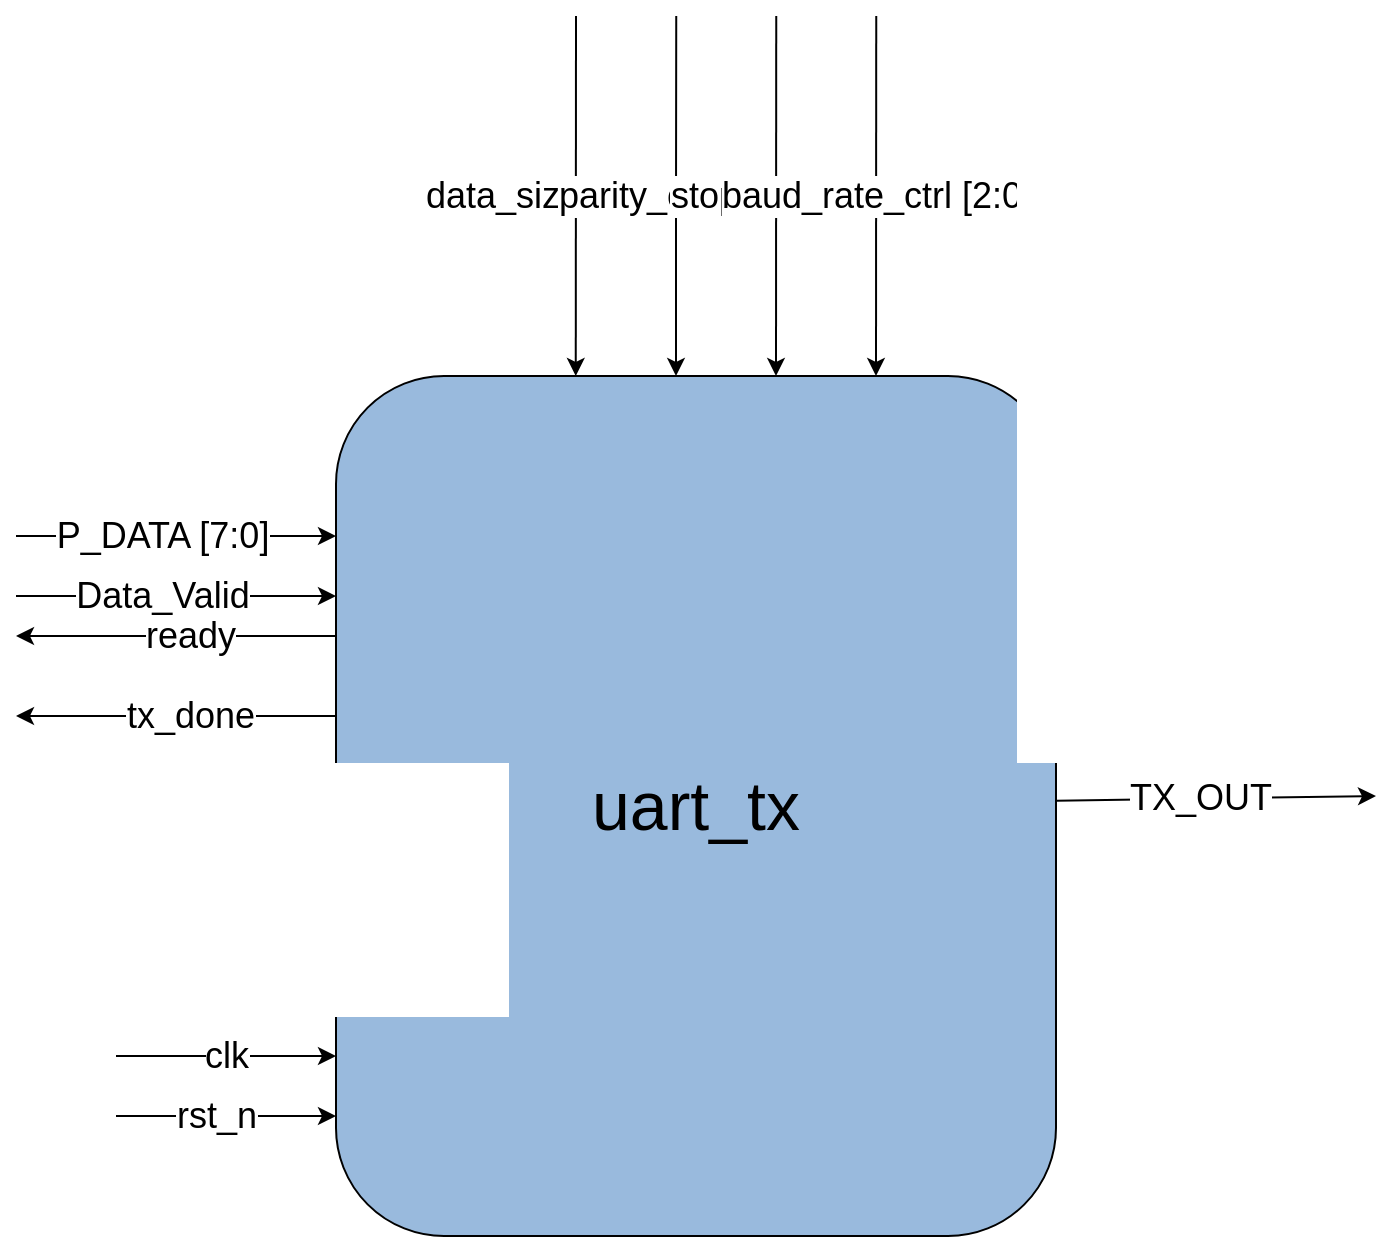
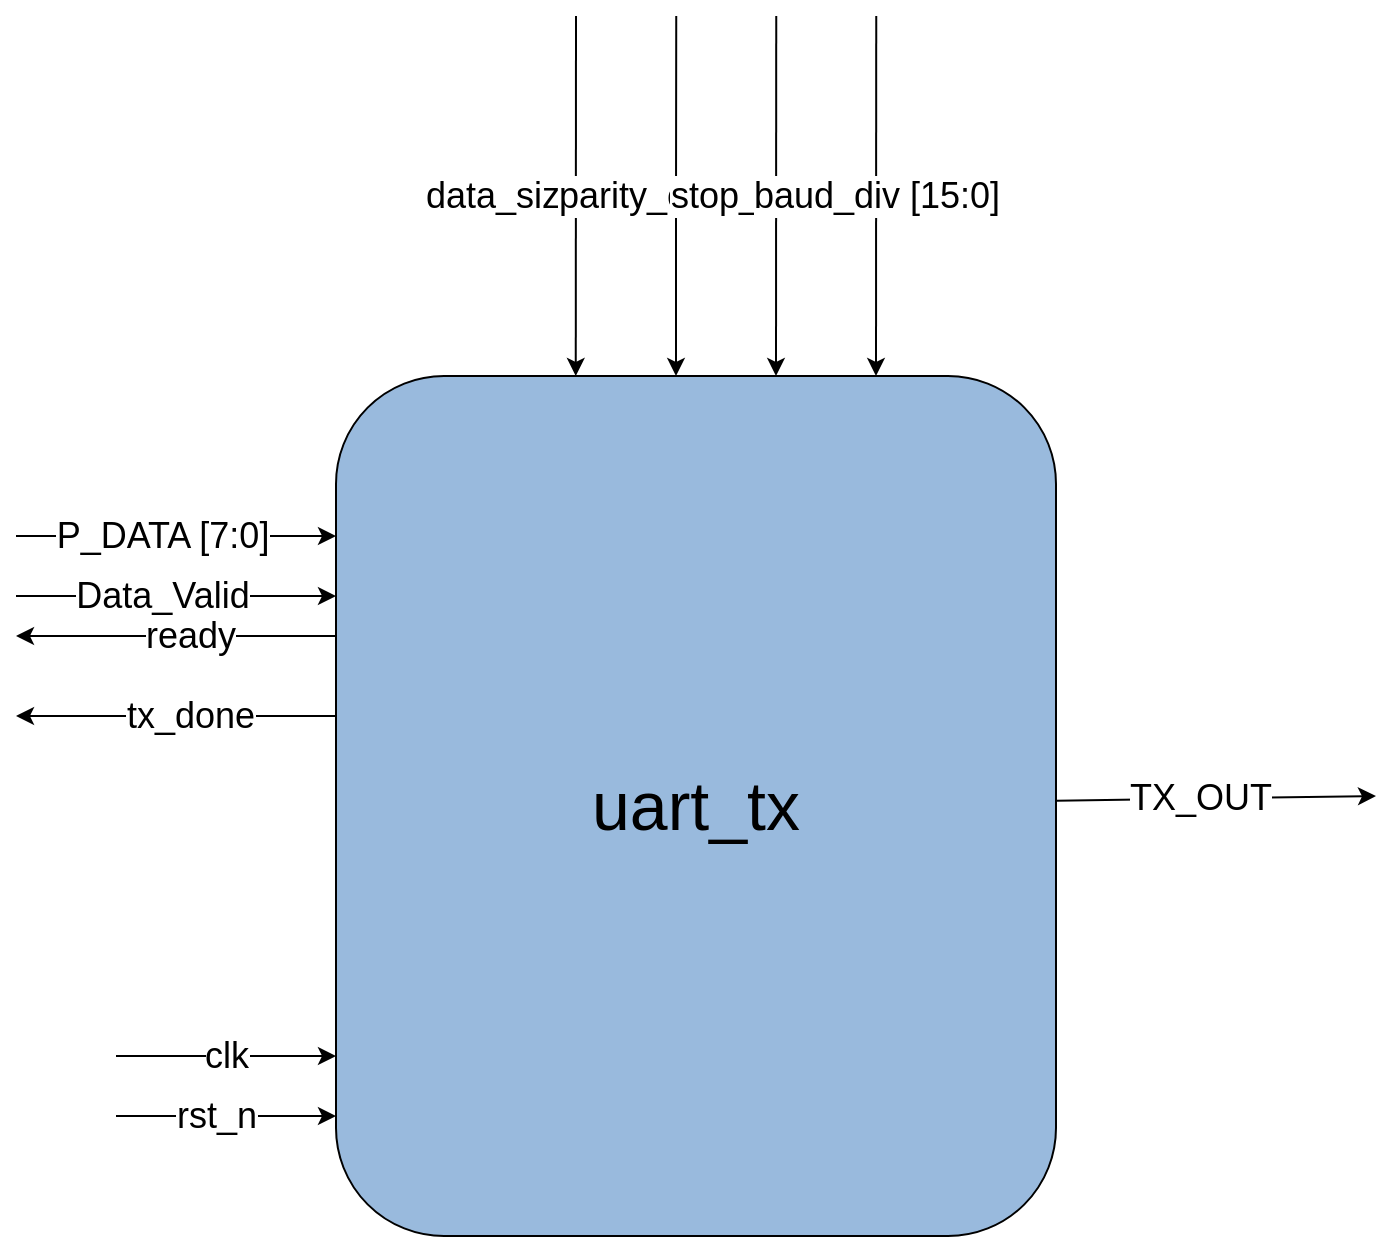
- <mxfile host="app.diagrams.net" pages="4">
+ <mxfile host="Electron" pages="4">
  <diagram id="t6aso9HCMV02g9S5t7b8" name="uart_tx">
-     <mxGraphModel grid="1" page="1" gridSize="10" guides="1" tooltips="1" connect="1" arrows="1" fold="1" pageScale="1" pageWidth="850" pageHeight="1100" math="0" shadow="0">
+     <mxGraphModel dx="1414" dy="876" grid="1" gridSize="10" guides="1" tooltips="1" connect="1" arrows="1" fold="1" page="1" pageScale="1" pageWidth="850" pageHeight="1100" math="0" shadow="0">
      <root>
        <mxCell id="0" />
        <mxCell id="1" parent="0" />
        <mxCell id="CGbQcsnSKYgZH4fWPsb1-1" connectable="0" parent="1" style="group" value="" vertex="1">
          <mxGeometry height="430" width="360" x="350" y="400" as="geometry" />
        </mxCell>
        <mxCell id="zsaOR-hlMIuG_GmJo6xY-1" parent="CGbQcsnSKYgZH4fWPsb1-1" style="rounded=1;whiteSpace=wrap;html=1;fillColor=#99BADD;align=center;verticalAlign=middle;fontSize=34;container=0;" value="uart_tx" vertex="1">
          <mxGeometry height="430" width="360" as="geometry" />
        </mxCell>
        <mxCell id="zsaOR-hlMIuG_GmJo6xY-2" edge="1" parent="CGbQcsnSKYgZH4fWPsb1-1" style="endArrow=classic;html=1;rounded=0;entryX=0.01;entryY=0.608;entryDx=0;entryDy=0;entryPerimeter=0;" value="&lt;font style=&quot;font-size: 18px;&quot;&gt;clk&lt;/font&gt;">
          <mxGeometry height="50" relative="1" width="50" as="geometry">
            <Array as="points" />
            <mxPoint x="-110" y="340" as="sourcePoint" />
            <mxPoint x="-1.1368683772161603e-13" y="340" as="targetPoint" />
          </mxGeometry>
        </mxCell>
        <mxCell id="zsaOR-hlMIuG_GmJo6xY-3" edge="1" parent="CGbQcsnSKYgZH4fWPsb1-1" style="endArrow=classic;html=1;rounded=0;entryX=0.01;entryY=0.608;entryDx=0;entryDy=0;entryPerimeter=0;" value="&lt;font style=&quot;font-size: 18px;&quot;&gt;rst_n&lt;/font&gt;">
          <mxGeometry height="50" relative="1" width="50" x="-0.0909" as="geometry">
            <mxPoint as="offset" />
            <Array as="points" />
            <mxPoint x="-110" y="370" as="sourcePoint" />
            <mxPoint x="-1.1368683772161603e-13" y="370" as="targetPoint" />
          </mxGeometry>
        </mxCell>
        <mxCell id="zsaOR-hlMIuG_GmJo6xY-6" edge="1" parent="CGbQcsnSKYgZH4fWPsb1-1" style="endArrow=classic;html=1;rounded=0;entryX=0.01;entryY=0.608;entryDx=0;entryDy=0;entryPerimeter=0;" value="&lt;font style=&quot;font-size: 18px;&quot;&gt;P_DATA [7:0]&lt;/font&gt;">
          <mxGeometry height="50" relative="1" width="50" x="-0.0909" as="geometry">
            <mxPoint as="offset" />
            <Array as="points">
              <mxPoint x="-60" y="80" />
            </Array>
            <mxPoint x="-160" y="80" as="sourcePoint" />
            <mxPoint x="-1.1368683772161603e-13" y="80" as="targetPoint" />
          </mxGeometry>
        </mxCell>
        <mxCell id="zsaOR-hlMIuG_GmJo6xY-7" edge="1" parent="CGbQcsnSKYgZH4fWPsb1-1" style="endArrow=classic;html=1;rounded=0;entryX=0.01;entryY=0.608;entryDx=0;entryDy=0;entryPerimeter=0;" value="&lt;font style=&quot;font-size: 18px;&quot;&gt;Data_Valid&lt;/font&gt;">
          <mxGeometry height="50" relative="1" width="50" x="-0.0909" as="geometry">
            <mxPoint as="offset" />
            <Array as="points" />
            <mxPoint x="-160" y="110" as="sourcePoint" />
            <mxPoint x="-1.1368683772161603e-13" y="110" as="targetPoint" />
          </mxGeometry>
        </mxCell>
        <mxCell id="zsaOR-hlMIuG_GmJo6xY-8" edge="1" parent="CGbQcsnSKYgZH4fWPsb1-1" style="endArrow=classic;html=1;rounded=0;" value="&lt;font style=&quot;font-size: 18px;&quot;&gt;ready&lt;/font&gt;">
          <mxGeometry height="50" relative="1" width="50" x="-0.0909" as="geometry">
            <mxPoint as="offset" />
            <Array as="points" />
            <mxPoint x="-1.1368683772161603e-13" y="130" as="sourcePoint" />
            <mxPoint x="-160" y="130" as="targetPoint" />
          </mxGeometry>
        </mxCell>
        <mxCell id="zsaOR-hlMIuG_GmJo6xY-9" edge="1" parent="CGbQcsnSKYgZH4fWPsb1-1" style="endArrow=classic;html=1;rounded=0;" value="&lt;font style=&quot;font-size: 18px;&quot;&gt;tx_done&lt;/font&gt;">
          <mxGeometry height="50" relative="1" width="50" x="-0.0909" as="geometry">
            <mxPoint as="offset" />
            <Array as="points" />
            <mxPoint x="-1.1368683772161603e-13" y="170" as="sourcePoint" />
            <mxPoint x="-160" y="170" as="targetPoint" />
          </mxGeometry>
        </mxCell>
        <mxCell id="zsaOR-hlMIuG_GmJo6xY-10" edge="1" parent="CGbQcsnSKYgZH4fWPsb1-1" source="zsaOR-hlMIuG_GmJo6xY-1" style="endArrow=classic;html=1;rounded=0;" value="&lt;font style=&quot;font-size: 18px;&quot;&gt;TX_OUT&lt;/font&gt;">
          <mxGeometry height="50" relative="1" width="50" x="-0.0909" as="geometry">
            <mxPoint as="offset" />
            <Array as="points" />
            <mxPoint x="410" y="170" as="sourcePoint" />
            <mxPoint x="520" y="210" as="targetPoint" />
          </mxGeometry>
        </mxCell>
        <mxCell id="zsaOR-hlMIuG_GmJo6xY-11" edge="1" parent="CGbQcsnSKYgZH4fWPsb1-1" style="endArrow=classic;html=1;rounded=0;entryX=0.333;entryY=0.023;entryDx=0;entryDy=0;entryPerimeter=0;labelAutoRotate=1;" value="&lt;font style=&quot;font-size: 18px;&quot;&gt;data_size_ctrl [1:0]&lt;/font&gt;">
          <mxGeometry height="50" relative="1" width="50" as="geometry">
            <mxPoint as="offset" />
            <Array as="points" />
            <mxPoint x="120" y="-180" as="sourcePoint" />
            <mxPoint x="119.88000000000011" y="1.1368683772161603e-13" as="targetPoint" />
          </mxGeometry>
        </mxCell>
        <mxCell id="zsaOR-hlMIuG_GmJo6xY-12" edge="1" parent="CGbQcsnSKYgZH4fWPsb1-1" style="endArrow=classic;html=1;rounded=0;entryX=0.333;entryY=0.023;entryDx=0;entryDy=0;entryPerimeter=0;labelAutoRotate=1;" value="&lt;font style=&quot;font-size: 18px;&quot;&gt;parity_ctrl [1:0]&lt;/font&gt;">
          <mxGeometry height="50" relative="1" width="50" as="geometry">
            <mxPoint as="offset" />
            <Array as="points">
              <mxPoint x="170" y="-80" />
            </Array>
            <mxPoint x="170.1199999999999" y="-180" as="sourcePoint" />
            <mxPoint x="170" y="1.1368683772161603e-13" as="targetPoint" />
          </mxGeometry>
        </mxCell>
        <mxCell id="zsaOR-hlMIuG_GmJo6xY-13" edge="1" parent="CGbQcsnSKYgZH4fWPsb1-1" style="endArrow=classic;html=1;rounded=0;entryX=0.333;entryY=0.023;entryDx=0;entryDy=0;entryPerimeter=0;labelAutoRotate=1;" value="&lt;font style=&quot;font-size: 18px;&quot;&gt;stop_bits_ctrl&lt;/font&gt;">
          <mxGeometry height="50" relative="1" width="50" as="geometry">
            <mxPoint as="offset" />
            <Array as="points" />
            <mxPoint x="220.1199999999999" y="-180" as="sourcePoint" />
            <mxPoint x="220" y="1.1368683772161603e-13" as="targetPoint" />
          </mxGeometry>
        </mxCell>
-         <mxCell id="zsaOR-hlMIuG_GmJo6xY-14" edge="1" parent="CGbQcsnSKYgZH4fWPsb1-1" style="endArrow=classic;html=1;rounded=0;entryX=0.333;entryY=0.023;entryDx=0;entryDy=0;entryPerimeter=0;labelAutoRotate=1;" value="&lt;font style=&quot;font-size: 18px;&quot;&gt;baud_rate_ctrl [2:0]&lt;/font&gt;">
+         <mxCell id="zsaOR-hlMIuG_GmJo6xY-14" edge="1" parent="CGbQcsnSKYgZH4fWPsb1-1" style="endArrow=classic;html=1;rounded=0;entryX=0.333;entryY=0.023;entryDx=0;entryDy=0;entryPerimeter=0;labelAutoRotate=1;" value="&lt;font style=&quot;font-size: 18px;&quot;&gt;baud_div [15:0]&lt;/font&gt;">
          <mxGeometry height="50" relative="1" width="50" as="geometry">
            <mxPoint as="offset" />
            <Array as="points" />
            <mxPoint x="270.1199999999999" y="-180" as="sourcePoint" />
            <mxPoint x="270" y="1.1368683772161603e-13" as="targetPoint" />
          </mxGeometry>
        </mxCell>
      </root>
    </mxGraphModel>
  </diagram>
  <diagram id="z93_HfBmdfwaq7ZcTRTp" name="uart_rx">
-     <mxGraphModel grid="1" page="1" gridSize="10" guides="1" tooltips="1" connect="1" arrows="1" fold="1" pageScale="1" pageWidth="850" pageHeight="1100" math="0" shadow="0">
+     <mxGraphModel dx="1414" dy="876" grid="1" gridSize="10" guides="1" tooltips="1" connect="1" arrows="1" fold="1" page="1" pageScale="1" pageWidth="850" pageHeight="1100" math="0" shadow="0">
      <root>
        <mxCell id="0" />
        <mxCell id="1" parent="0" />
        <mxCell id="02ePYZox8J2khc47lEaz-2" parent="1" style="rounded=1;whiteSpace=wrap;html=1;fillColor=#99BADD;align=center;verticalAlign=middle;fontSize=34;container=0;" value="uart_rx" vertex="1">
          <mxGeometry height="430" width="360" x="245" y="310" as="geometry" />
        </mxCell>
        <mxCell id="02ePYZox8J2khc47lEaz-3" edge="1" parent="1" style="endArrow=classic;html=1;rounded=0;entryX=0.01;entryY=0.608;entryDx=0;entryDy=0;entryPerimeter=0;" value="&lt;font style=&quot;font-size: 18px;&quot;&gt;clk&lt;/font&gt;">
          <mxGeometry height="50" relative="1" width="50" as="geometry">
            <Array as="points" />
            <mxPoint x="100" y="650" as="sourcePoint" />
            <mxPoint x="244.9999999999999" y="650" as="targetPoint" />
          </mxGeometry>
        </mxCell>
        <mxCell id="02ePYZox8J2khc47lEaz-4" edge="1" parent="1" style="endArrow=classic;html=1;rounded=0;entryX=0.01;entryY=0.608;entryDx=0;entryDy=0;entryPerimeter=0;" value="&lt;font style=&quot;font-size: 18px;&quot;&gt;rst_n&lt;/font&gt;">
          <mxGeometry height="50" relative="1" width="50" x="-0.0909" as="geometry">
            <mxPoint as="offset" />
            <Array as="points" />
            <mxPoint x="100" y="680" as="sourcePoint" />
            <mxPoint x="244.9999999999999" y="680" as="targetPoint" />
          </mxGeometry>
        </mxCell>
        <mxCell id="02ePYZox8J2khc47lEaz-5" edge="1" parent="1" style="endArrow=classic;html=1;rounded=0;entryX=0.01;entryY=0.608;entryDx=0;entryDy=0;entryPerimeter=0;" value="&lt;font style=&quot;font-size: 18px;&quot;&gt;P_DATA [7:0]&lt;/font&gt;">
          <mxGeometry height="50" relative="1" width="50" x="-0.0909" as="geometry">
            <mxPoint as="offset" />
            <Array as="points">
              <mxPoint x="185" y="390" />
            </Array>
            <mxPoint x="244.9999999999999" y="390" as="sourcePoint" />
            <mxPoint x="85" y="390" as="targetPoint" />
          </mxGeometry>
        </mxCell>
        <mxCell id="02ePYZox8J2khc47lEaz-6" edge="1" parent="1" style="endArrow=classic;html=1;rounded=0;entryX=0.01;entryY=0.608;entryDx=0;entryDy=0;entryPerimeter=0;" value="&lt;font style=&quot;font-size: 18px;&quot;&gt;Data_Valid&lt;/font&gt;">
          <mxGeometry height="50" relative="1" width="50" x="-0.0909" as="geometry">
            <mxPoint as="offset" />
            <Array as="points" />
            <mxPoint x="244.9999999999999" y="420" as="sourcePoint" />
            <mxPoint x="85" y="420" as="targetPoint" />
          </mxGeometry>
        </mxCell>
        <mxCell id="02ePYZox8J2khc47lEaz-7" edge="1" parent="1" style="endArrow=classic;html=1;rounded=0;" value="&lt;font style=&quot;font-size: 18px;&quot;&gt;parity_error&lt;/font&gt;">
          <mxGeometry height="50" relative="1" width="50" x="-0.0909" as="geometry">
            <mxPoint as="offset" />
            <Array as="points" />
            <mxPoint x="244.9999999999999" y="450" as="sourcePoint" />
            <mxPoint x="85" y="450" as="targetPoint" />
          </mxGeometry>
        </mxCell>
        <mxCell id="02ePYZox8J2khc47lEaz-8" edge="1" parent="1" style="endArrow=classic;html=1;rounded=0;" value="&lt;font style=&quot;font-size: 18px;&quot;&gt;framing_error&lt;/font&gt;">
          <mxGeometry height="50" relative="1" width="50" x="-0.0909" as="geometry">
            <mxPoint as="offset" />
            <Array as="points" />
            <mxPoint x="244.9999999999999" y="480" as="sourcePoint" />
            <mxPoint x="85" y="480" as="targetPoint" />
          </mxGeometry>
        </mxCell>
        <mxCell id="02ePYZox8J2khc47lEaz-9" edge="1" parent="1" style="endArrow=classic;html=1;rounded=0;" target="02ePYZox8J2khc47lEaz-2" value="&lt;font style=&quot;font-size: 18px;&quot;&gt;RX_IN&lt;/font&gt;">
          <mxGeometry height="50" relative="1" width="50" x="0.0623" y="-1" as="geometry">
            <mxPoint as="offset" />
            <Array as="points" />
            <mxPoint x="765" y="520" as="sourcePoint" />
            <mxPoint x="655" y="480" as="targetPoint" />
          </mxGeometry>
        </mxCell>
        <mxCell id="02ePYZox8J2khc47lEaz-10" edge="1" parent="1" style="endArrow=classic;html=1;rounded=0;entryX=0.333;entryY=0.023;entryDx=0;entryDy=0;entryPerimeter=0;labelAutoRotate=1;" value="&lt;font style=&quot;font-size: 18px;&quot;&gt;data_size_ctrl [1:0]&lt;/font&gt;">
          <mxGeometry height="50" relative="1" width="50" as="geometry">
            <mxPoint as="offset" />
            <Array as="points" />
            <mxPoint x="365" y="130" as="sourcePoint" />
            <mxPoint x="364.8800000000001" y="310.0000000000001" as="targetPoint" />
          </mxGeometry>
        </mxCell>
        <mxCell id="02ePYZox8J2khc47lEaz-11" edge="1" parent="1" style="endArrow=classic;html=1;rounded=0;entryX=0.333;entryY=0.023;entryDx=0;entryDy=0;entryPerimeter=0;labelAutoRotate=1;" value="&lt;font style=&quot;font-size: 18px;&quot;&gt;parity_ctrl [1:0]&lt;/font&gt;">
          <mxGeometry height="50" relative="1" width="50" as="geometry">
            <mxPoint as="offset" />
            <Array as="points">
              <mxPoint x="415" y="230" />
            </Array>
            <mxPoint x="415.1199999999999" y="130" as="sourcePoint" />
            <mxPoint x="415" y="310.0000000000001" as="targetPoint" />
          </mxGeometry>
        </mxCell>
        <mxCell id="02ePYZox8J2khc47lEaz-12" edge="1" parent="1" style="endArrow=classic;html=1;rounded=0;entryX=0.333;entryY=0.023;entryDx=0;entryDy=0;entryPerimeter=0;labelAutoRotate=1;" value="&lt;font style=&quot;font-size: 18px;&quot;&gt;stop_bits_ctrl&lt;/font&gt;">
          <mxGeometry height="50" relative="1" width="50" as="geometry">
            <mxPoint as="offset" />
            <Array as="points" />
            <mxPoint x="465.1199999999999" y="130" as="sourcePoint" />
            <mxPoint x="465" y="310.0000000000001" as="targetPoint" />
          </mxGeometry>
        </mxCell>
-         <mxCell id="02ePYZox8J2khc47lEaz-13" edge="1" parent="1" style="endArrow=classic;html=1;rounded=0;entryX=0.333;entryY=0.023;entryDx=0;entryDy=0;entryPerimeter=0;labelAutoRotate=1;" value="&lt;font style=&quot;font-size: 18px;&quot;&gt;baud_rate_ctrl [2:0]&lt;/font&gt;">
+         <mxCell id="02ePYZox8J2khc47lEaz-13" edge="1" parent="1" style="endArrow=classic;html=1;rounded=0;entryX=0.333;entryY=0.023;entryDx=0;entryDy=0;entryPerimeter=0;labelAutoRotate=1;" value="&lt;font style=&quot;font-size: 18px;&quot;&gt;baud_div [15:0]&lt;/font&gt;">
          <mxGeometry height="50" relative="1" width="50" as="geometry">
            <mxPoint as="offset" />
            <Array as="points" />
            <mxPoint x="515.1199999999999" y="130" as="sourcePoint" />
            <mxPoint x="515" y="310.0000000000001" as="targetPoint" />
          </mxGeometry>
        </mxCell>
      </root>
    </mxGraphModel>
  </diagram>
  <diagram id="Onh7E1bcr84c3Qdc4Qsh" name="uart_top">
-     <mxGraphModel grid="1" page="1" gridSize="10" guides="1" tooltips="1" connect="1" arrows="1" fold="1" pageScale="1" pageWidth="850" pageHeight="1100" math="0" shadow="0">
+     <mxGraphModel dx="1414" dy="876" grid="1" gridSize="10" guides="1" tooltips="1" connect="1" arrows="1" fold="1" page="1" pageScale="1" pageWidth="850" pageHeight="1100" math="0" shadow="0">
      <root>
        <mxCell id="0" />
        <mxCell id="1" parent="0" />
        <mxCell id="P4Kh9TC-G_gZCoBvEyQ2-1" parent="1" style="rounded=1;whiteSpace=wrap;html=1;fillColor=light-dark(#EBF3FB,#EBF3FB);fontColor=#1A1A1A;strokeColor=#006EAF;align=center;verticalAlign=top;labelPosition=center;verticalLabelPosition=middle;fontSize=40;container=0;labelBackgroundColor=#EBF3FB;" value="uart_top" vertex="1">
          <mxGeometry height="610" width="625" x="400" y="700" as="geometry" />
        </mxCell>
        <mxCell id="HOW1j47MjmYEc3yEuvv1-1" connectable="0" parent="1" style="group" value="" vertex="1">
          <mxGeometry height="210" width="440" x="520" y="810" as="geometry" />
        </mxCell>
        <mxCell id="HOW1j47MjmYEc3yEuvv1-2" parent="HOW1j47MjmYEc3yEuvv1-1" style="rounded=1;whiteSpace=wrap;html=1;fillColor=#99BADD;align=center;verticalAlign=middle;fontSize=34;container=0;" value="uart_tx" vertex="1">
          <mxGeometry height="170" width="440" as="geometry" />
        </mxCell>
        <mxCell id="HOW1j47MjmYEc3yEuvv1-5" edge="1" parent="HOW1j47MjmYEc3yEuvv1-1" style="endArrow=classic;html=1;rounded=0;entryX=0.01;entryY=0.608;entryDx=0;entryDy=0;entryPerimeter=0;" value="&lt;font style=&quot;font-size: 18px;&quot;&gt;TX_P_DATA [7:0]&lt;/font&gt;">
          <mxGeometry height="50" relative="1" width="50" x="-0.3571" as="geometry">
            <mxPoint as="offset" />
            <Array as="points">
              <mxPoint x="-38.33333333333333" y="39.06976744186047" />
            </Array>
            <mxPoint x="-280" y="39" as="sourcePoint" />
            <mxPoint x="-7.263325743325468e-14" y="39.06976744186047" as="targetPoint" />
          </mxGeometry>
        </mxCell>
        <mxCell id="HOW1j47MjmYEc3yEuvv1-9" edge="1" parent="HOW1j47MjmYEc3yEuvv1-1" source="HOW1j47MjmYEc3yEuvv1-2" style="endArrow=classic;html=1;rounded=0;" value="&lt;font style=&quot;font-size: 18px;&quot;&gt;TX_OUT&lt;/font&gt;">
          <mxGeometry height="50" relative="1" width="50" x="0.44" as="geometry">
            <mxPoint as="offset" />
            <Array as="points" />
            <mxPoint x="261.9444444444444" y="83.0232558139535" as="sourcePoint" />
            <mxPoint x="730" y="90" as="targetPoint" />
          </mxGeometry>
        </mxCell>
        <mxCell id="HOW1j47MjmYEc3yEuvv1-15" edge="1" parent="1" source="P4Kh9TC-G_gZCoBvEyQ2-1" style="endArrow=none;html=1;rounded=0;entryX=0.416;entryY=0.003;entryDx=0;entryDy=0;entryPerimeter=0;labelAutoRotate=1;exitX=0.416;exitY=0.003;exitDx=0;exitDy=0;exitPerimeter=0;startArrow=classic;startFill=1;endFill=0;" value="&lt;font style=&quot;font-size: 18px;&quot;&gt;parity_ctrl [1:0]&lt;/font&gt;">
          <mxGeometry height="50" relative="1" width="50" x="0.0091" as="geometry">
            <mxPoint as="offset" />
            <Array as="points">
              <mxPoint x="660" y="620" />
            </Array>
            <mxPoint x="682.021111111111" y="688.1395348837211" as="sourcePoint" />
            <mxPoint x="660" y="500" as="targetPoint" />
          </mxGeometry>
        </mxCell>
        <mxCell id="HOW1j47MjmYEc3yEuvv1-16" edge="1" parent="1" style="endArrow=classic;html=1;rounded=0;labelAutoRotate=1;" target="P4Kh9TC-G_gZCoBvEyQ2-1" value="&lt;font style=&quot;font-size: 18px;&quot;&gt;stop_bits_ctrl&lt;/font&gt;">
          <mxGeometry height="50" relative="1" width="50" x="-0.1" as="geometry">
            <mxPoint as="offset" />
            <Array as="points" />
            <mxPoint x="714" y="500" as="sourcePoint" />
            <mxPoint x="713.9655555555555" y="688.1395348837211" as="targetPoint" />
          </mxGeometry>
        </mxCell>
-         <mxCell id="HOW1j47MjmYEc3yEuvv1-17" edge="1" parent="1" style="endArrow=none;html=1;rounded=0;labelAutoRotate=1;startArrow=classic;startFill=1;endFill=0;" value="&lt;font style=&quot;font-size: 18px;&quot;&gt;baud_rate_ctrl [2:0]&lt;/font&gt;">
+         <mxCell id="HOW1j47MjmYEc3yEuvv1-17" edge="1" parent="1" style="endArrow=none;html=1;rounded=0;labelAutoRotate=1;startArrow=classic;startFill=1;endFill=0;" value="&lt;font style=&quot;font-size: 18px;&quot;&gt;baud_div&amp;nbsp; [15:0]&lt;/font&gt;">
          <mxGeometry height="50" relative="1" width="50" x="0.1089" as="geometry">
            <mxPoint as="offset" />
            <Array as="points">
              <mxPoint x="770" y="660" />
            </Array>
            <mxPoint x="770" y="702" as="sourcePoint" />
            <mxPoint x="770" y="500" as="targetPoint" />
          </mxGeometry>
        </mxCell>
        <mxCell id="b91YoPSGwmA-GREIZ9oo-1" edge="1" parent="1" style="endArrow=classic;html=1;rounded=0;entryX=0.285;entryY=0.004;entryDx=0;entryDy=0;entryPerimeter=0;labelAutoRotate=1;" value="&lt;font style=&quot;font-size: 18px;&quot;&gt;data_size_ctrl [1:0]&lt;/font&gt;">
          <mxGeometry height="50" relative="1" width="50" x="-0.0911" y="-1" as="geometry">
            <mxPoint as="offset" />
            <Array as="points" />
            <mxPoint x="601.88" y="497.56" as="sourcePoint" />
            <mxPoint x="600.005" y="700" as="targetPoint" />
          </mxGeometry>
        </mxCell>
        <mxCell id="HOW1j47MjmYEc3yEuvv1-8" edge="1" parent="1" style="endArrow=classic;html=1;rounded=0;" value="&lt;font style=&quot;font-size: 18px;&quot;&gt;tx_done&lt;/font&gt;">
          <mxGeometry height="50" relative="1" width="50" x="0.5833" as="geometry">
            <mxPoint as="offset" />
            <Array as="points" />
            <mxPoint x="519.9999999999999" y="940.0032558139535" as="sourcePoint" />
            <mxPoint x="240" y="940" as="targetPoint" />
          </mxGeometry>
        </mxCell>
        <mxCell id="HOW1j47MjmYEc3yEuvv1-7" edge="1" parent="1" style="endArrow=classic;html=1;rounded=0;" value="&lt;font style=&quot;font-size: 18px;&quot;&gt;ready&lt;/font&gt;">
          <mxGeometry height="50" relative="1" width="50" x="0.6667" as="geometry">
            <mxPoint as="offset" />
            <Array as="points" />
            <mxPoint x="519.9999999999999" y="909.9983720930232" as="sourcePoint" />
            <mxPoint x="240" y="910" as="targetPoint" />
          </mxGeometry>
        </mxCell>
        <mxCell id="HOW1j47MjmYEc3yEuvv1-6" edge="1" parent="1" style="endArrow=classic;html=1;rounded=0;entryX=0.01;entryY=0.608;entryDx=0;entryDy=0;entryPerimeter=0;" value="&lt;font style=&quot;font-size: 18px;&quot;&gt;TX_Data_Valid&lt;/font&gt;">
          <mxGeometry height="50" relative="1" width="50" x="-0.4287" y="1" as="geometry">
            <mxPoint as="offset" />
            <Array as="points" />
            <mxPoint x="240" y="880" as="sourcePoint" />
            <mxPoint x="519.9999999999999" y="883.7209302325582" as="targetPoint" />
          </mxGeometry>
        </mxCell>
        <mxCell id="HOW1j47MjmYEc3yEuvv1-3" edge="1" parent="1" style="endArrow=classic;html=1;rounded=0;entryX=0.01;entryY=0.608;entryDx=0;entryDy=0;entryPerimeter=0;" value="&lt;font style=&quot;font-size: 18px;&quot;&gt;clk&lt;/font&gt;">
          <mxGeometry height="50" relative="1" width="50" as="geometry">
            <Array as="points" />
            <mxPoint x="229.72" y="1210" as="sourcePoint" />
            <mxPoint x="399.99999999999994" y="1209.996511627907" as="targetPoint" />
          </mxGeometry>
        </mxCell>
        <mxCell id="HOW1j47MjmYEc3yEuvv1-4" edge="1" parent="1" style="endArrow=classic;html=1;rounded=0;entryX=0.01;entryY=0.608;entryDx=0;entryDy=0;entryPerimeter=0;" value="&lt;font style=&quot;font-size: 18px;&quot;&gt;rst_n&lt;/font&gt;">
          <mxGeometry height="50" relative="1" width="50" x="0.0571" as="geometry">
            <mxPoint as="offset" />
            <Array as="points" />
            <mxPoint x="229.72" y="1240" as="sourcePoint" />
            <mxPoint x="399.99999999999994" y="1239.9976744186047" as="targetPoint" />
          </mxGeometry>
        </mxCell>
        <mxCell id="b91YoPSGwmA-GREIZ9oo-3" parent="1" style="rounded=1;whiteSpace=wrap;html=1;fillColor=#99BADD;align=center;verticalAlign=middle;fontSize=34;container=0;" value="uart_rx" vertex="1">
          <mxGeometry height="170" width="440" x="520" y="1030" as="geometry" />
        </mxCell>
        <mxCell id="b91YoPSGwmA-GREIZ9oo-4" edge="1" parent="1" style="endArrow=classic;html=1;rounded=0;entryX=0.01;entryY=0.608;entryDx=0;entryDy=0;entryPerimeter=0;" value="&lt;font style=&quot;font-size: 18px;&quot;&gt;RX_P_DATA [7:0]&lt;/font&gt;">
          <mxGeometry height="50" relative="1" width="50" x="0.3571" as="geometry">
            <mxPoint as="offset" />
            <Array as="points">
              <mxPoint x="481.66666666666674" y="1069.0697674418604" />
            </Array>
            <mxPoint x="520" y="1069.0697674418604" as="sourcePoint" />
            <mxPoint x="240" y="1070" as="targetPoint" />
          </mxGeometry>
        </mxCell>
        <mxCell id="b91YoPSGwmA-GREIZ9oo-5" edge="1" parent="1" style="endArrow=classic;html=1;rounded=0;" target="b91YoPSGwmA-GREIZ9oo-3" value="&lt;font style=&quot;font-size: 18px;&quot;&gt;RX_IN&lt;/font&gt;">
          <mxGeometry height="50" relative="1" width="50" x="-0.5173" y="1" as="geometry">
            <mxPoint as="offset" />
            <Array as="points" />
            <mxPoint x="1250" y="1120" as="sourcePoint" />
            <mxPoint x="781.9444444444443" y="1113.0232558139535" as="targetPoint" />
          </mxGeometry>
        </mxCell>
        <mxCell id="b91YoPSGwmA-GREIZ9oo-6" edge="1" parent="1" style="endArrow=classic;html=1;rounded=0;" value="&lt;font style=&quot;font-size: 18px;&quot;&gt;framing_error&lt;/font&gt;">
          <mxGeometry height="50" relative="1" width="50" x="0.4286" as="geometry">
            <mxPoint as="offset" />
            <Array as="points" />
            <mxPoint x="520" y="1160.0032558139535" as="sourcePoint" />
            <mxPoint x="240" y="1160" as="targetPoint" />
          </mxGeometry>
        </mxCell>
        <mxCell id="b91YoPSGwmA-GREIZ9oo-7" edge="1" parent="1" style="endArrow=classic;html=1;rounded=0;" value="&lt;font style=&quot;font-size: 18px;&quot;&gt;parity_error&lt;/font&gt;">
          <mxGeometry height="50" relative="1" width="50" x="0.5" as="geometry">
            <mxPoint as="offset" />
            <Array as="points" />
            <mxPoint x="520" y="1129.9983720930231" as="sourcePoint" />
            <mxPoint x="240" y="1130" as="targetPoint" />
          </mxGeometry>
        </mxCell>
        <mxCell id="b91YoPSGwmA-GREIZ9oo-8" edge="1" parent="1" style="endArrow=classic;html=1;rounded=0;entryX=0.01;entryY=0.608;entryDx=0;entryDy=0;entryPerimeter=0;" value="&lt;font style=&quot;font-size: 18px;&quot;&gt;RX_Data_Valid&lt;/font&gt;">
          <mxGeometry height="50" relative="1" width="50" x="0.4287" y="-1" as="geometry">
            <mxPoint as="offset" />
            <Array as="points" />
            <mxPoint x="520" y="1103.7209302325582" as="sourcePoint" />
            <mxPoint x="240" y="1100" as="targetPoint" />
          </mxGeometry>
        </mxCell>
      </root>
    </mxGraphModel>
  </diagram>
  <diagram id="1dfW83BwANcCCaFqeBQa" name="UART">
-     <mxGraphModel grid="1" page="1" gridSize="10" guides="1" tooltips="1" connect="1" arrows="1" fold="1" pageScale="1" pageWidth="850" pageHeight="1100" math="0" shadow="0">
+     <mxGraphModel dx="1414" dy="876" grid="1" gridSize="10" guides="1" tooltips="1" connect="1" arrows="1" fold="1" page="1" pageScale="1" pageWidth="850" pageHeight="1100" math="0" shadow="0">
      <root>
        <mxCell id="0" />
        <mxCell id="1" parent="0" />
        <mxCell id="I8eTV0-4AgSHoefJ7jmy-21" parent="1" style="rounded=1;whiteSpace=wrap;html=1;fillColor=light-dark(#EBF3FB,#EBF3FB);fontColor=#1A1A1A;strokeColor=#006EAF;align=center;verticalAlign=top;labelPosition=center;verticalLabelPosition=middle;fontSize=40;container=0;labelBackgroundColor=#EBF3FB;" value="UART" vertex="1">
-           <mxGeometry height="520" width="840" x="230" y="720" as="geometry" />
+           <mxGeometry height="480" width="830" x="230" y="740" as="geometry" />
        </mxCell>
        <mxCell id="j4eIZaKzjw3ftdaR-TOg-5" edge="1" parent="1" style="edgeStyle=orthogonalEdgeStyle;rounded=0;orthogonalLoop=1;jettySize=auto;html=1;labelBackgroundColor=light-dark(#EBF3FB,#EBF3FB);fontSize=18;" value="TX_P_DATA [7:0]">
          <mxGeometry relative="1" x="-0.0032" as="geometry">
            <mxPoint as="offset" />
            <Array as="points">
              <mxPoint x="730" y="930" />
              <mxPoint x="730" y="930" />
            </Array>
            <mxPoint x="555.28" y="930" as="sourcePoint" />
            <mxPoint x="780" y="930" as="targetPoint" />
          </mxGeometry>
        </mxCell>
        <mxCell id="ryI57NfbZ4fvc0xPSPd0-1" edge="1" parent="1" style="edgeStyle=orthogonalEdgeStyle;rounded=0;orthogonalLoop=1;jettySize=auto;html=1;labelBackgroundColor=light-dark(#EBF3FB,#EBF3FB);fontSize=18;" value="ready">
          <mxGeometry relative="1" as="geometry">
            <Array as="points">
              <mxPoint x="720" y="980" />
              <mxPoint x="720" y="980" />
            </Array>
            <mxPoint x="780" y="980" as="sourcePoint" />
            <mxPoint x="555.28" y="980" as="targetPoint" />
          </mxGeometry>
        </mxCell>
        <mxCell id="ryI57NfbZ4fvc0xPSPd0-2" edge="1" parent="1" style="edgeStyle=orthogonalEdgeStyle;rounded=0;orthogonalLoop=1;jettySize=auto;html=1;labelBackgroundColor=light-dark(#EBF3FB,#EBF3FB);fontSize=18;" value="tx_done">
          <mxGeometry relative="1" as="geometry">
            <Array as="points">
              <mxPoint x="730" y="1000" />
              <mxPoint x="730" y="1000" />
            </Array>
            <mxPoint x="780" y="1000" as="sourcePoint" />
            <mxPoint x="555.28" y="1000" as="targetPoint" />
          </mxGeometry>
        </mxCell>
        <mxCell id="ryI57NfbZ4fvc0xPSPd0-3" edge="1" parent="1" source="I8eTV0-4AgSHoefJ7jmy-1" style="edgeStyle=orthogonalEdgeStyle;rounded=0;orthogonalLoop=1;jettySize=auto;html=1;labelBackgroundColor=light-dark(#EBF3FB,#EBF3FB);fontSize=18;" target="j4eIZaKzjw3ftdaR-TOg-3" value="RX_P_DATA [7:0]">
          <mxGeometry relative="1" as="geometry">
            <Array as="points">
              <mxPoint x="750" y="1060" />
              <mxPoint x="750" y="1060" />
            </Array>
          </mxGeometry>
        </mxCell>
        <mxCell id="5lFyF9Oeb6cWkh6e7kjb-1" edge="1" parent="1" style="edgeStyle=orthogonalEdgeStyle;rounded=0;orthogonalLoop=1;jettySize=auto;html=1;labelBackgroundColor=light-dark(#EBF3FB,#EBF3FB);fontSize=18;" value="RX_Data_Valid">
          <mxGeometry relative="1" as="geometry">
            <Array as="points">
              <mxPoint x="720" y="1080" />
              <mxPoint x="720" y="1080" />
            </Array>
            <mxPoint x="780" y="1080" as="sourcePoint" />
            <mxPoint x="555.28" y="1080" as="targetPoint" />
          </mxGeometry>
        </mxCell>
        <mxCell id="5lFyF9Oeb6cWkh6e7kjb-2" edge="1" parent="1" style="edgeStyle=orthogonalEdgeStyle;rounded=0;orthogonalLoop=1;jettySize=auto;html=1;labelBackgroundColor=light-dark(#EBF3FB,#EBF3FB);fontSize=18;" value="parity_error">
          <mxGeometry relative="1" as="geometry">
            <Array as="points">
              <mxPoint x="720" y="1104.5" />
              <mxPoint x="720" y="1104.5" />
            </Array>
            <mxPoint x="780" y="1104.5" as="sourcePoint" />
            <mxPoint x="555.28" y="1104.5" as="targetPoint" />
          </mxGeometry>
        </mxCell>
        <mxCell id="5lFyF9Oeb6cWkh6e7kjb-3" edge="1" parent="1" style="edgeStyle=orthogonalEdgeStyle;rounded=0;orthogonalLoop=1;jettySize=auto;html=1;labelBackgroundColor=light-dark(#EBF3FB,#EBF3FB);fontSize=18;" value="framing_error">
          <mxGeometry relative="1" as="geometry">
            <Array as="points">
              <mxPoint x="730" y="1130" />
              <mxPoint x="730" y="1130" />
            </Array>
            <mxPoint x="780" y="1130" as="sourcePoint" />
            <mxPoint x="555.28" y="1130" as="targetPoint" />
          </mxGeometry>
        </mxCell>
-         <mxCell id="I8eTV0-4AgSHoefJ7jmy-1" parent="1" style="rounded=1;whiteSpace=wrap;html=1;fillColor=light-dark(#9FC4E9,#EBF3FB);fontColor=#000000;strokeColor=#006EAF;align=center;verticalAlign=top;labelPosition=center;verticalLabelPosition=middle;fontSize=40;container=0;labelBackgroundColor=light-dark(#9FC4E9,#EBF3FB);" value="uart_top" vertex="1">
+         <mxCell id="I8eTV0-4AgSHoefJ7jmy-1" parent="1" style="rounded=1;whiteSpace=wrap;html=1;fillColor=light-dark(#9FC4E9,#EBF3FB);fontColor=#000000;strokeColor=#006EAF;align=center;verticalAlign=middle;labelPosition=center;verticalLabelPosition=middle;fontSize=40;container=0;labelBackgroundColor=light-dark(#9FC4E9,#EBF3FB);" value="uart_top" vertex="1">
          <mxGeometry height="310" width="240" x="780" y="880" as="geometry" />
        </mxCell>
        <mxCell id="I8eTV0-4AgSHoefJ7jmy-17" edge="1" parent="1" style="endArrow=classic;html=1;rounded=0;" value="&lt;font style=&quot;font-size: 18px;&quot;&gt;RX_IN&lt;/font&gt;">
          <mxGeometry height="50" relative="1" width="50" x="-0.3438" y="1" as="geometry">
            <mxPoint as="offset" />
            <Array as="points" />
            <mxPoint x="1295.56" y="1092.44" as="sourcePoint" />
            <mxPoint x="1065.28" y="1090" as="targetPoint" />
          </mxGeometry>
        </mxCell>
        <mxCell id="4B-ZXUMgVwYuKzoEdxlf-1" edge="1" parent="1" style="endArrow=classic;html=1;rounded=0;" value="&lt;font style=&quot;font-size: 18px;&quot;&gt;TX_OUT&lt;/font&gt;">
          <mxGeometry height="50" relative="1" width="50" x="0.44" as="geometry">
            <mxPoint as="offset" />
            <Array as="points" />
            <mxPoint x="1065.28" y="1010" as="sourcePoint" />
            <mxPoint x="1290" y="1010" as="targetPoint" />
          </mxGeometry>
        </mxCell>
        <mxCell id="lI1qOKsUNXqSUS6fiOzs-1" edge="1" parent="1" style="edgeStyle=orthogonalEdgeStyle;rounded=0;orthogonalLoop=1;jettySize=auto;html=1;labelBackgroundColor=light-dark(#EBF3FB,#EBF3FB);fontSize=18;" value="TX_Data_Valid">
          <mxGeometry relative="1" x="0.021" as="geometry">
            <mxPoint as="offset" />
            <Array as="points">
              <mxPoint x="730" y="960" />
              <mxPoint x="730" y="960" />
            </Array>
            <mxPoint x="555.28" y="960" as="sourcePoint" />
            <mxPoint x="780" y="960" as="targetPoint" />
          </mxGeometry>
        </mxCell>
        <mxCell id="5lFyF9Oeb6cWkh6e7kjb-4" edge="1" parent="1" source="j4eIZaKzjw3ftdaR-TOg-3" style="edgeStyle=orthogonalEdgeStyle;rounded=0;orthogonalLoop=1;jettySize=auto;html=1;labelBackgroundColor=light-dark(#EBF3FB,#EBF3FB);fontSize=18;" target="I8eTV0-4AgSHoefJ7jmy-1" value="data_size_ctrl [1:0]">
          <mxGeometry relative="1" as="geometry">
            <Array as="points">
              <mxPoint x="840" y="870" />
            </Array>
          </mxGeometry>
        </mxCell>
        <mxCell id="SZcCvcXiFGwWM_C-S1DY-1" edge="1" parent="1" source="j4eIZaKzjw3ftdaR-TOg-3" style="edgeStyle=orthogonalEdgeStyle;rounded=0;orthogonalLoop=1;jettySize=auto;html=1;labelBackgroundColor=light-dark(#EBF3FB,#EBF3FB);fontSize=18;" target="I8eTV0-4AgSHoefJ7jmy-1" value="parity_ctrl [1:0]">
          <mxGeometry relative="1" as="geometry">
            <Array as="points">
              <mxPoint x="870" y="840" />
            </Array>
          </mxGeometry>
        </mxCell>
        <mxCell id="YJ3w-_0oKdBVVd33BvZ_-1" edge="1" parent="1" source="j4eIZaKzjw3ftdaR-TOg-3" style="edgeStyle=orthogonalEdgeStyle;rounded=0;orthogonalLoop=1;jettySize=auto;html=1;labelBackgroundColor=light-dark(#EBF3FB,#EBF3FB);fontSize=18;" target="I8eTV0-4AgSHoefJ7jmy-1" value="stop_bits_ctrl">
          <mxGeometry relative="1" as="geometry">
            <Array as="points">
              <mxPoint x="910" y="820" />
            </Array>
          </mxGeometry>
        </mxCell>
-         <mxCell id="QNTDEHhj-rsZ1GRulF5F-1" edge="1" parent="1" source="j4eIZaKzjw3ftdaR-TOg-3" style="edgeStyle=orthogonalEdgeStyle;rounded=0;orthogonalLoop=1;jettySize=auto;html=1;labelBackgroundColor=light-dark(#EBF3FB,#EBF3FB);fontSize=18;" target="I8eTV0-4AgSHoefJ7jmy-1" value="baud_rate_ctrl [2:0]">
+         <mxCell id="QNTDEHhj-rsZ1GRulF5F-1" edge="1" parent="1" source="j4eIZaKzjw3ftdaR-TOg-3" style="edgeStyle=orthogonalEdgeStyle;rounded=0;orthogonalLoop=1;jettySize=auto;html=1;labelBackgroundColor=light-dark(#EBF3FB,#EBF3FB);fontSize=18;" target="I8eTV0-4AgSHoefJ7jmy-1" value="baud_div [15:0]">
          <mxGeometry relative="1" as="geometry">
            <Array as="points">
              <mxPoint x="940" y="800" />
            </Array>
          </mxGeometry>
        </mxCell>
        <mxCell id="5xfVpGOGYgI14bquBton-6" edge="1" parent="1" style="edgeStyle=orthogonalEdgeStyle;rounded=0;orthogonalLoop=1;jettySize=auto;html=1;fontSize=18;" value="IRQ">
          <mxGeometry relative="1" as="geometry">
            <Array as="points">
              <mxPoint x="200" y="810" />
              <mxPoint x="200" y="810" />
            </Array>
            <mxPoint x="270" y="810" as="sourcePoint" />
            <mxPoint x="40" y="810" as="targetPoint" />
          </mxGeometry>
        </mxCell>
        <mxCell id="5xfVpGOGYgI14bquBton-7" edge="1" parent="1" style="edgeStyle=orthogonalEdgeStyle;rounded=0;orthogonalLoop=1;jettySize=auto;html=1;fontSize=18;" value="IRQ_bug_is_empty">
          <mxGeometry relative="1" x="0.16" as="geometry">
            <mxPoint as="offset" />
            <Array as="points">
              <mxPoint x="230" y="860" />
              <mxPoint x="230" y="860" />
            </Array>
            <mxPoint x="270" y="860" as="sourcePoint" />
            <mxPoint x="40" y="860" as="targetPoint" />
          </mxGeometry>
        </mxCell>
        <mxCell id="5xfVpGOGYgI14bquBton-8" edge="1" parent="1" source="j4eIZaKzjw3ftdaR-TOg-3" style="edgeStyle=orthogonalEdgeStyle;rounded=0;orthogonalLoop=1;jettySize=auto;html=1;fontSize=18;" value="IRQ_tx_done">
          <mxGeometry relative="1" as="geometry">
            <Array as="points">
              <mxPoint x="220" y="880" />
              <mxPoint x="220" y="880" />
            </Array>
            <mxPoint x="40" y="880" as="targetPoint" />
          </mxGeometry>
        </mxCell>
        <mxCell id="5xfVpGOGYgI14bquBton-10" edge="1" parent="1" source="j4eIZaKzjw3ftdaR-TOg-3" style="edgeStyle=orthogonalEdgeStyle;rounded=0;orthogonalLoop=1;jettySize=auto;html=1;fontSize=18;" value="IRQ_rx_done">
          <mxGeometry relative="1" as="geometry">
            <Array as="points">
              <mxPoint x="220" y="900" />
              <mxPoint x="220" y="900" />
            </Array>
            <mxPoint x="40" y="900" as="targetPoint" />
          </mxGeometry>
        </mxCell>
        <mxCell id="5xfVpGOGYgI14bquBton-11" edge="1" parent="1" source="j4eIZaKzjw3ftdaR-TOg-3" style="edgeStyle=orthogonalEdgeStyle;rounded=0;orthogonalLoop=1;jettySize=auto;html=1;fontSize=18;" value="IRQ_rx_parity_err">
          <mxGeometry relative="1" x="0.1304" as="geometry">
            <mxPoint as="offset" />
            <Array as="points">
              <mxPoint x="220" y="920" />
              <mxPoint x="220" y="920" />
            </Array>
            <mxPoint x="40" y="920" as="targetPoint" />
          </mxGeometry>
        </mxCell>
        <mxCell id="5xfVpGOGYgI14bquBton-12" edge="1" parent="1" source="j4eIZaKzjw3ftdaR-TOg-3" style="edgeStyle=orthogonalEdgeStyle;rounded=0;orthogonalLoop=1;jettySize=auto;html=1;fontSize=18;" value="IRQ_rx_framing_err">
          <mxGeometry relative="1" x="0.1304" as="geometry">
            <mxPoint as="offset" />
            <Array as="points">
              <mxPoint x="220" y="940" />
              <mxPoint x="220" y="940" />
            </Array>
            <mxPoint x="40" y="940" as="targetPoint" />
          </mxGeometry>
        </mxCell>
        <mxCell id="5xfVpGOGYgI14bquBton-13" edge="1" parent="1" source="j4eIZaKzjw3ftdaR-TOg-3" style="edgeStyle=orthogonalEdgeStyle;rounded=0;orthogonalLoop=1;jettySize=auto;html=1;fontSize=18;" value="IRQ_rx_overrun">
          <mxGeometry relative="1" as="geometry">
            <Array as="points">
              <mxPoint x="220" y="960" />
              <mxPoint x="220" y="960" />
            </Array>
            <mxPoint x="40" y="960" as="targetPoint" />
          </mxGeometry>
        </mxCell>
-         <mxCell id="j4eIZaKzjw3ftdaR-TOg-3" parent="1" style="rounded=1;whiteSpace=wrap;html=1;fillColor=light-dark(#9FC4E9,#EBF3FB);fontColor=#000000;strokeColor=#006EAF;align=center;verticalAlign=top;labelPosition=center;verticalLabelPosition=middle;fontSize=40;container=0;labelBackgroundColor=light-dark(#9FC4E9,#EBF3FB);" value="Reg File" vertex="1">
+         <mxCell id="j4eIZaKzjw3ftdaR-TOg-3" parent="1" style="rounded=1;whiteSpace=wrap;html=1;fillColor=light-dark(#9FC4E9,#EBF3FB);fontColor=#000000;strokeColor=#006EAF;align=center;verticalAlign=middle;labelPosition=center;verticalLabelPosition=middle;fontSize=40;container=0;labelBackgroundColor=light-dark(#9FC4E9,#EBF3FB);" value="Reg File" vertex="1">
          <mxGeometry height="430" width="285.28" x="270" y="770" as="geometry" />
        </mxCell>
        <mxCell id="5xfVpGOGYgI14bquBton-1" edge="1" parent="1" style="shape=flexArrow;endArrow=classic;startArrow=classic;html=1;rounded=0;strokeWidth=2;endSize=6;startSize=6;sourcePerimeterSpacing=11;targetPerimeterSpacing=5;fontSize=22;width=35;" value="AMBA APB bus">
          <mxGeometry height="100" relative="1" width="100" as="geometry">
            <Array as="points">
              <mxPoint x="170" y="1009.5" />
            </Array>
            <mxPoint x="40" y="1010" as="sourcePoint" />
            <mxPoint x="270" y="1009.5" as="targetPoint" />
          </mxGeometry>
        </mxCell>
        <mxCell id="5xfVpGOGYgI14bquBton-3" edge="1" parent="1" style="endArrow=none;html=1;rounded=0;" value="">
          <mxGeometry height="50" relative="1" width="50" as="geometry">
            <mxPoint x="110" y="1045" as="sourcePoint" />
            <mxPoint x="180" y="970" as="targetPoint" />
          </mxGeometry>
        </mxCell>
      </root>
    </mxGraphModel>
  </diagram>
</mxfile>
